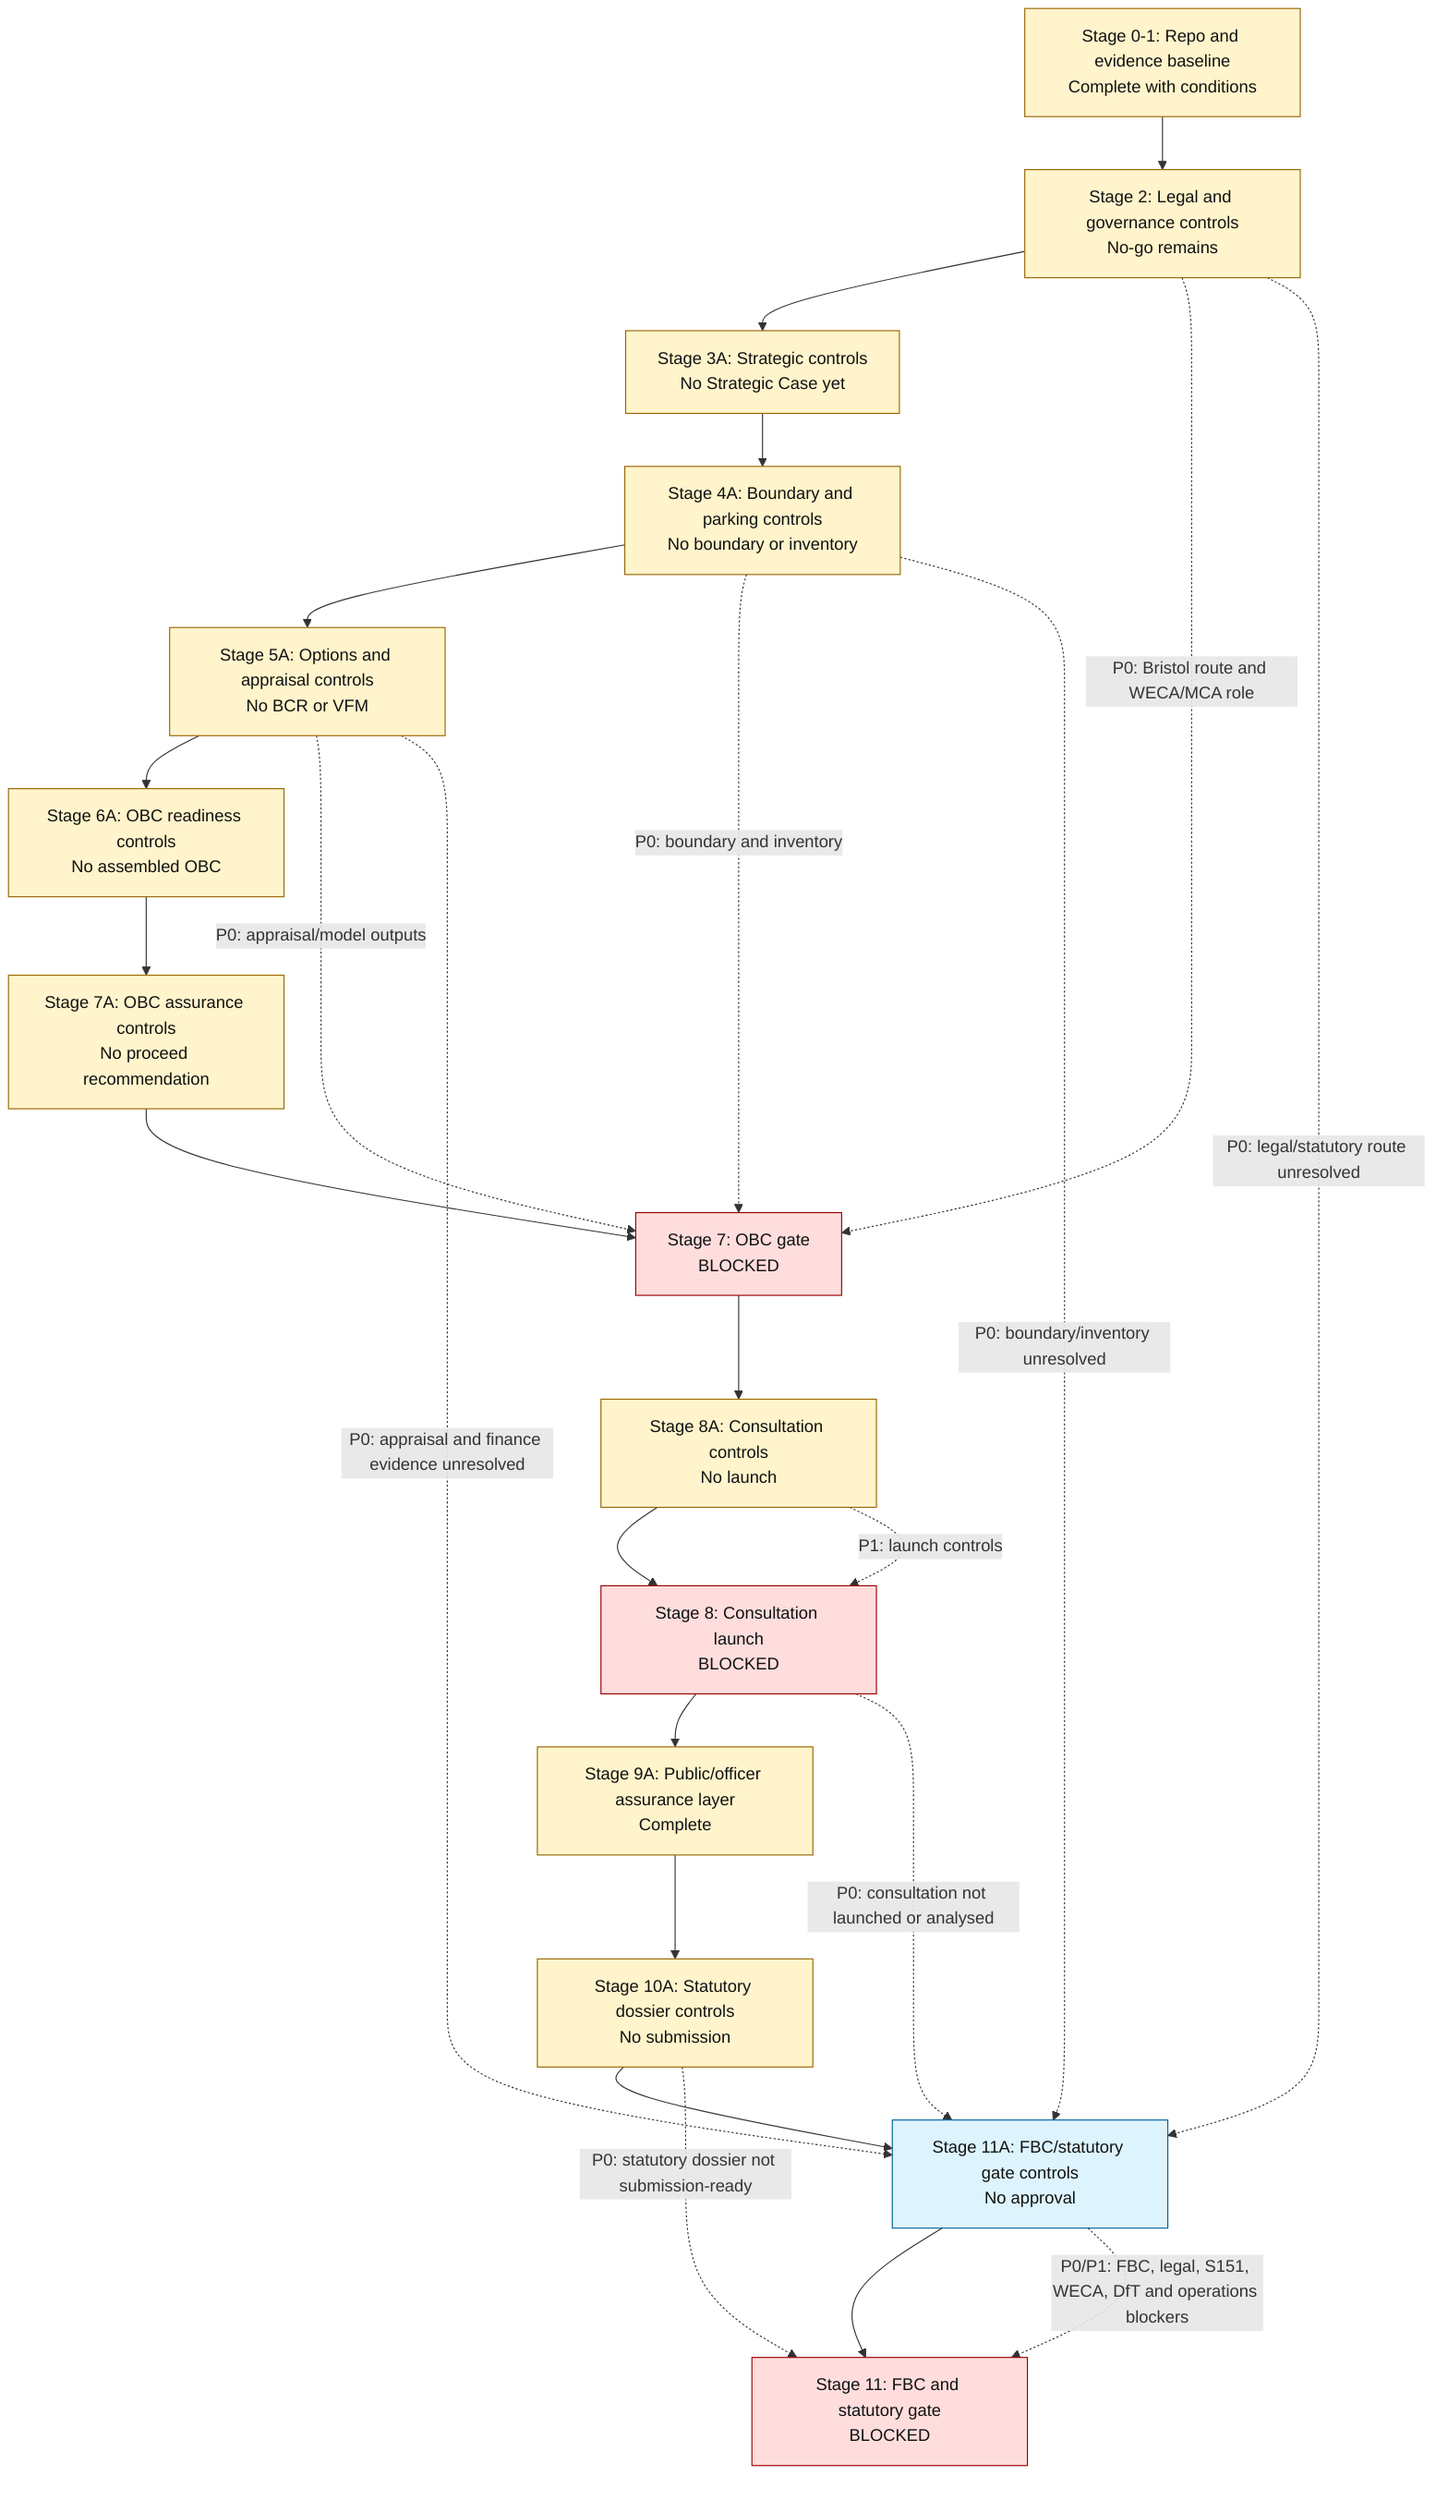
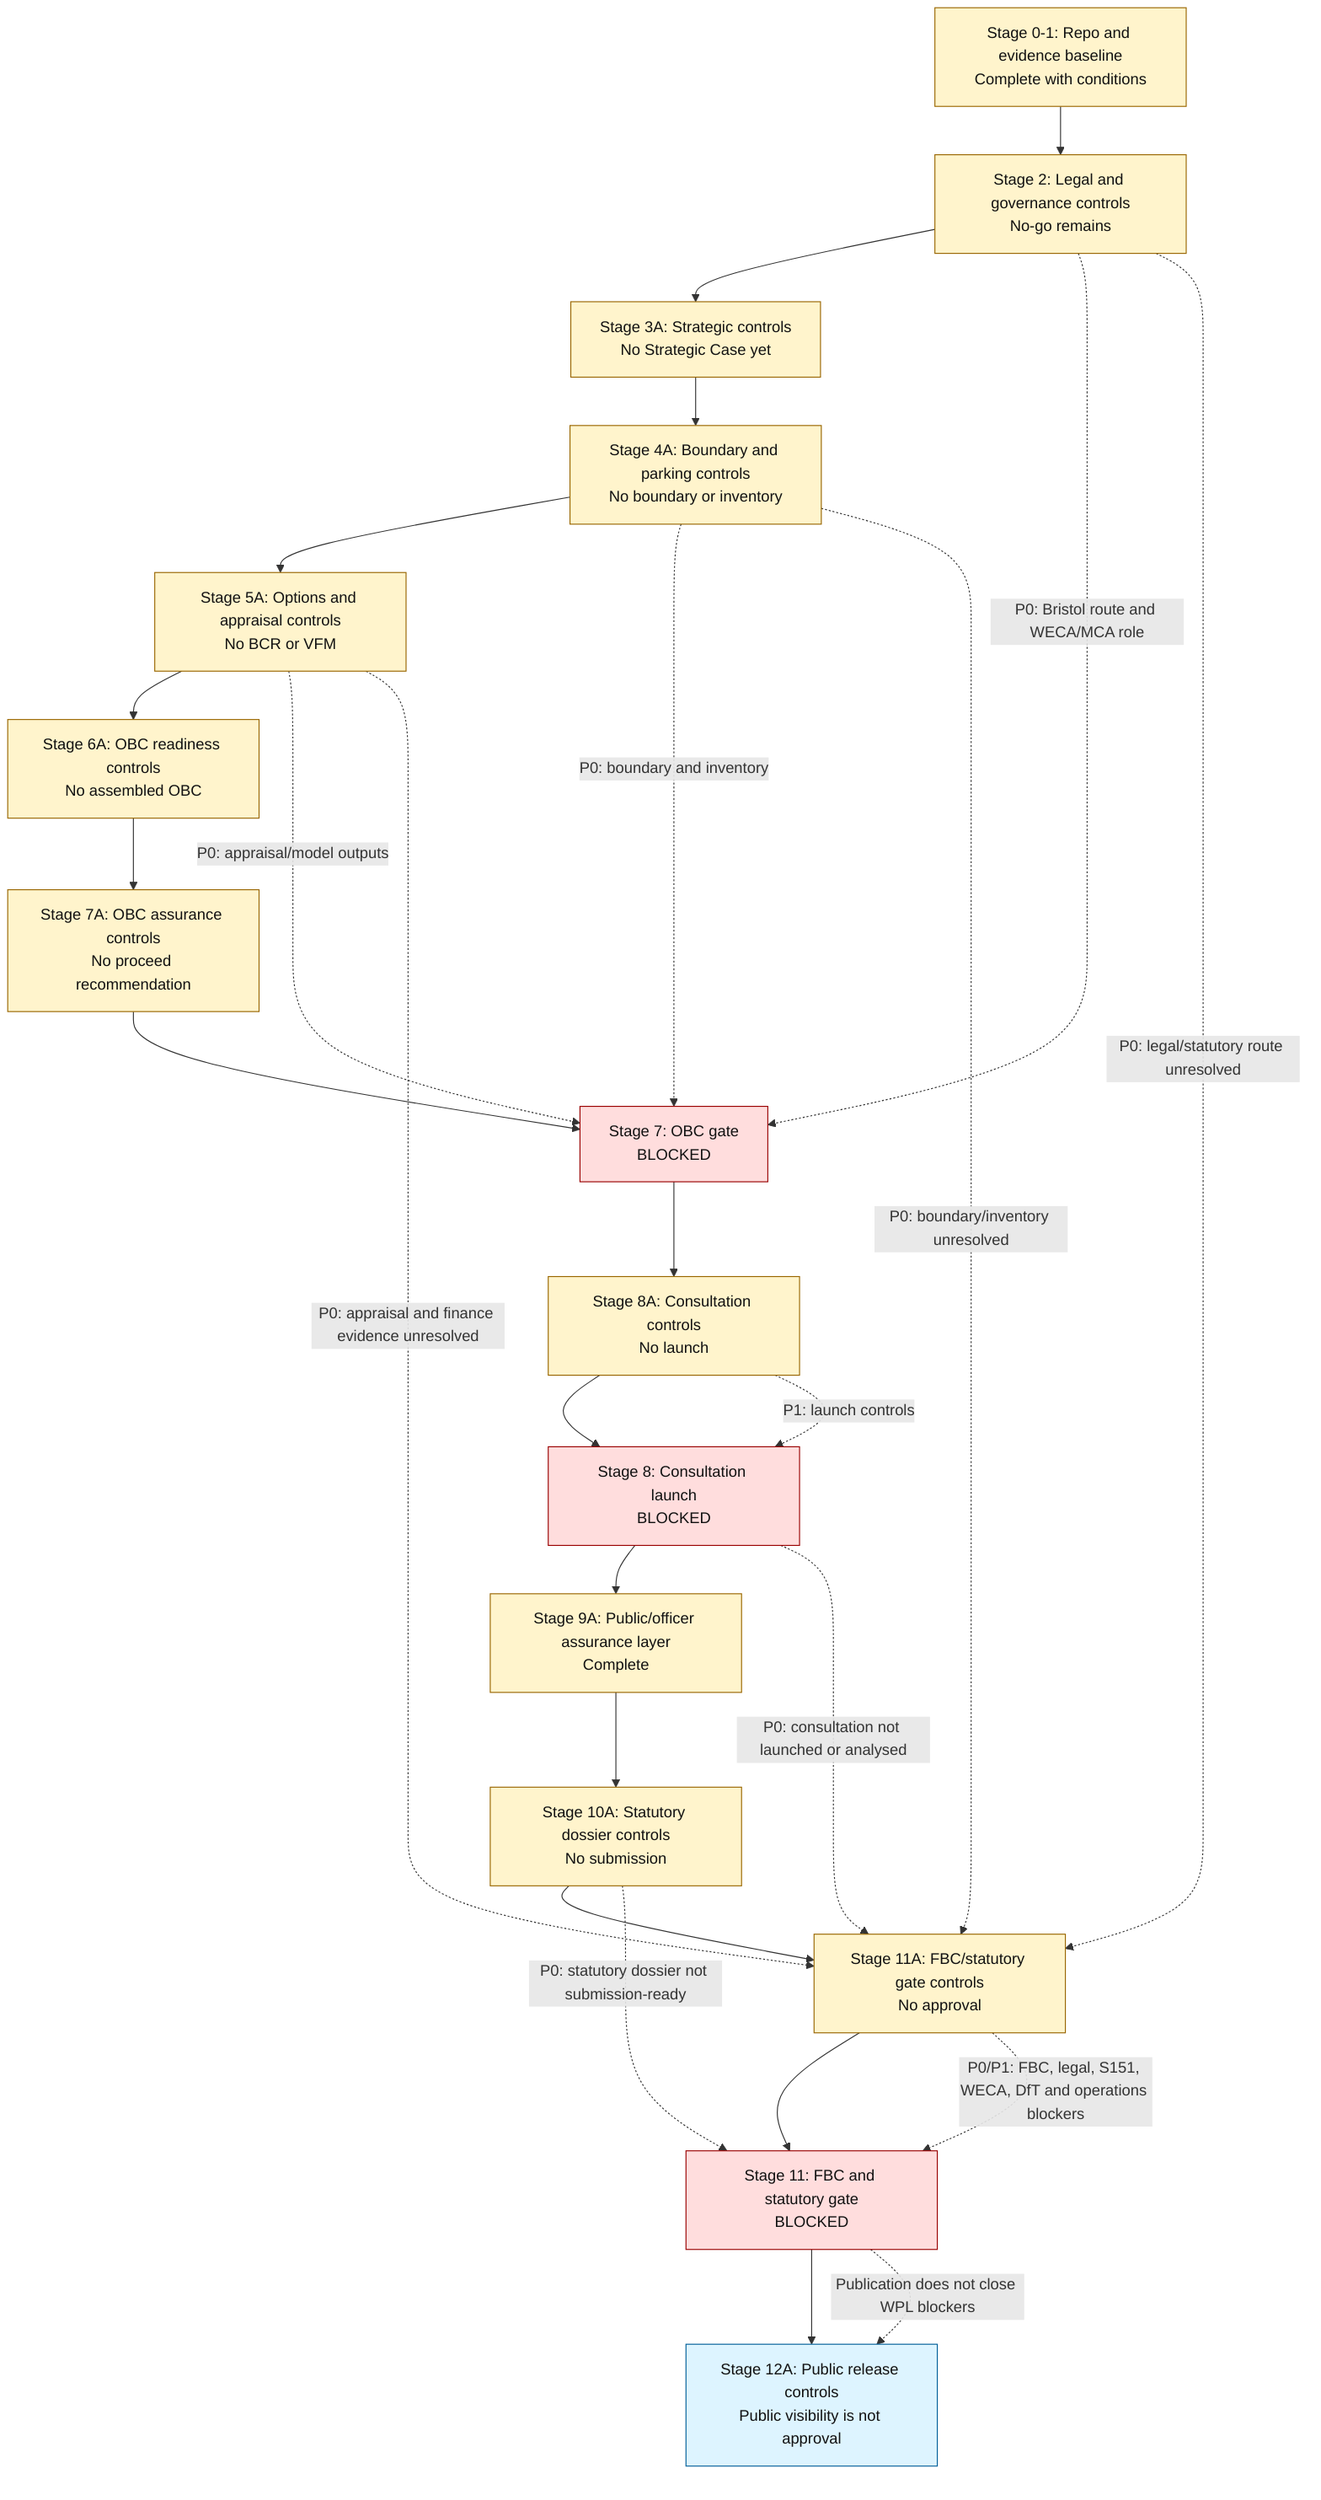
flowchart TD
    A["Stage 0-1: Repo and evidence baseline<br/>Complete with conditions"] --> B["Stage 2: Legal and governance controls<br/>No-go remains"]
    B --> C["Stage 3A: Strategic controls<br/>No Strategic Case yet"]
    C --> D["Stage 4A: Boundary and parking controls<br/>No boundary or inventory"]
    D --> E["Stage 5A: Options and appraisal controls<br/>No BCR or VFM"]
    E --> F["Stage 6A: OBC readiness controls<br/>No assembled OBC"]
    F --> F2["Stage 7A: OBC assurance controls<br/>No proceed recommendation"]
    F2 --> G["Stage 7: OBC gate<br/>BLOCKED"]
    G --> H["Stage 8A: Consultation controls<br/>No launch"]
    H --> I["Stage 8: Consultation launch<br/>BLOCKED"]
    I --> J["Stage 9A: Public/officer assurance layer<br/>Complete"]
    J --> J2["Stage 10A: Statutory dossier controls<br/>No submission"]
    J2 --> K2["Stage 11A: FBC/statutory gate controls<br/>No approval"]
    K2 --> K["Stage 11: FBC and statutory gate<br/>BLOCKED"]
+     K --> L["Stage 12A: Public release controls<br/>Public visibility is not approval"]

    B -. "P0: Bristol route and WECA/MCA role" .-> G
    D -. "P0: boundary and inventory" .-> G
    E -. "P0: appraisal/model outputs" .-> G
    H -. "P1: launch controls" .-> I
    B -. "P0: legal/statutory route unresolved" .-> K2
    D -. "P0: boundary/inventory unresolved" .-> K2
    E -. "P0: appraisal and finance evidence unresolved" .-> K2
    I -. "P0: consultation not launched or analysed" .-> K2
    J2 -. "P0: statutory dossier not submission-ready" .-> K
    K2 -. "P0/P1: FBC, legal, S151, WECA, DfT and operations blockers" .-> K
+     K -. "Publication does not close WPL blockers" .-> L

    classDef blocked fill:#ffdddd,stroke:#990000,color:#111111;
    classDef control fill:#fff4cc,stroke:#996600,color:#111111;
    classDef current fill:#ddf4ff,stroke:#005f99,color:#111111;

    class G,I,K blocked;
-     class A,B,C,D,E,F,F2,H,J,J2 control;
-     class K2 current;
+     class A,B,C,D,E,F,F2,H,J,J2,K2 control;
+     class L current;
